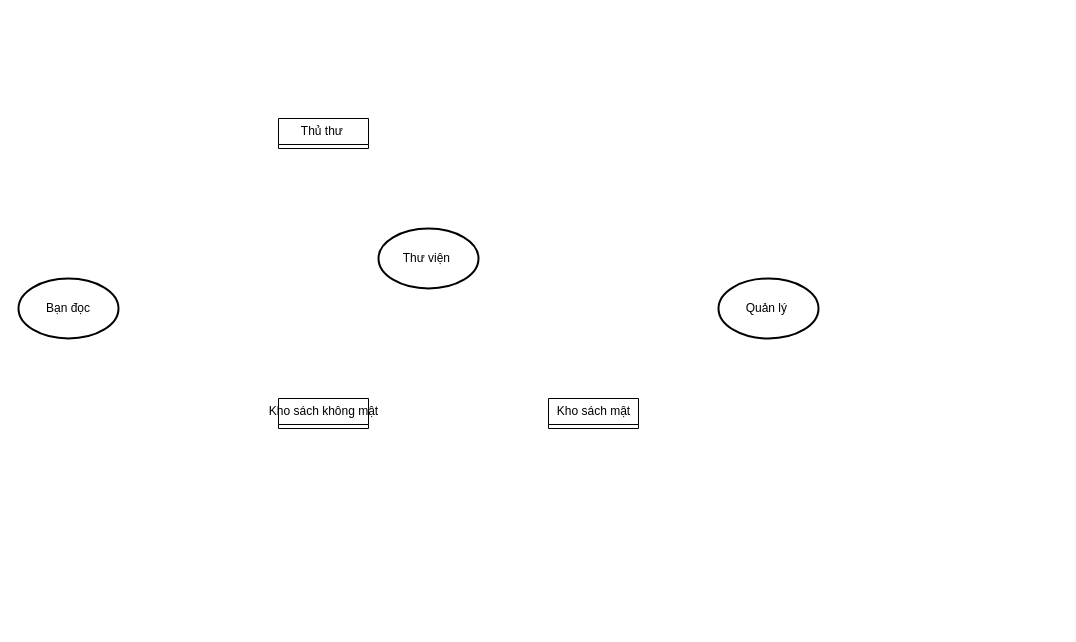
The draw.io diagram Diagram.drawio in vqh17062001/PTTKHT, before the edit. Source tidied: cells renumbered, new cells numbered last; positions are measured from the earlier drawing's top-left corner, leaving out a move shared by most shapes. Both pictures are drawn from the tidied source at 100%, with x=0, y=0 at pixel (18, 118).
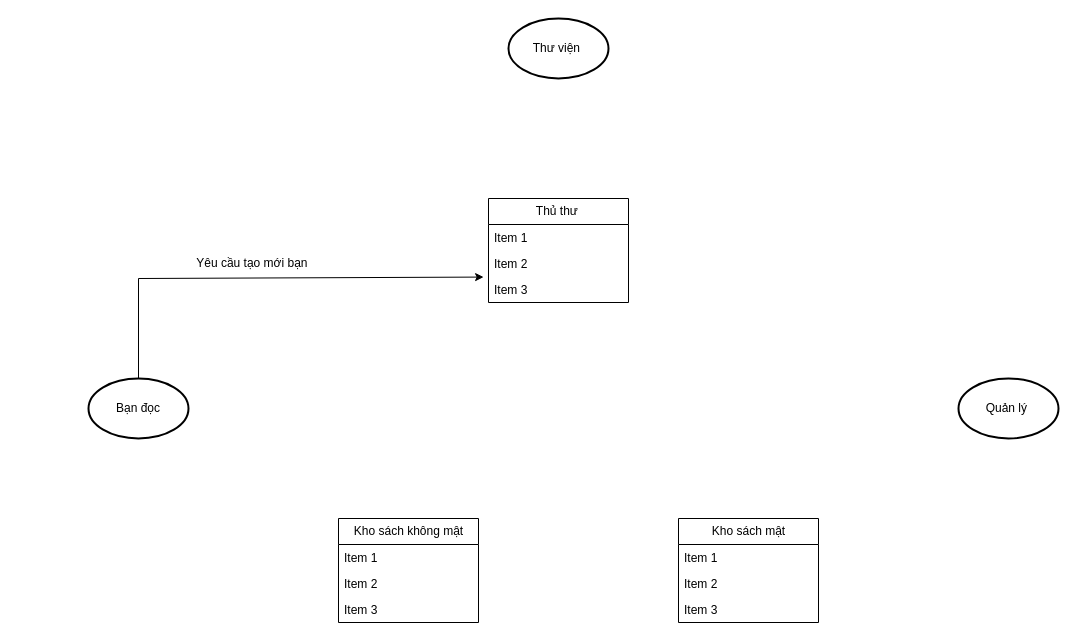
The same diagram, later.

What changed in the source:
```diff
@@
     <mxCell id="2" value="Thư viện&amp;nbsp;" style="strokeWidth=2;html=1;shape=mxgraph.flowchart.start_1;whiteSpace=wrap;" parent="1" vertex="1">
-      <mxGeometry x="360" y="110" width="100" height="60" as="geometry" />
+      <mxGeometry x="490" y="-100" width="100" height="60" as="geometry" />
     </mxCell>
     <mxCell id="3" value="Quản lý&amp;nbsp;" style="strokeWidth=2;html=1;shape=mxgraph.flowchart.start_1;whiteSpace=wrap;" parent="1" vertex="1">
-      <mxGeometry x="700" y="160" width="100" height="60" as="geometry" />
+      <mxGeometry x="940" y="260" width="100" height="60" as="geometry" />
     </mxCell>
     <mxCell id="4" value="Bạn đọc" style="strokeWidth=2;html=1;shape=mxgraph.flowchart.start_1;whiteSpace=wrap;" parent="1" vertex="1">
-      <mxGeometry y="160" width="100" height="60" as="geometry" />
+      <mxGeometry x="70" y="260" width="100" height="60" as="geometry" />
     </mxCell>
-    <mxCell id="5" value="Thủ thư&amp;nbsp;" style="swimlane;fontStyle=0;horizontal=1;startSize=26;fillColor=none;html=1;" parent="1" vertex="1" collapsed="1">
-      <mxGeometry x="260" width="90" height="30" as="geometry" />
+    <mxCell id="5" value="Thủ thư&amp;nbsp;" style="swimlane;fontStyle=0;horizontal=1;startSize=26;fillColor=none;html=1;" parent="1" vertex="1">
+      <mxGeometry x="470" y="80" width="140" height="104" as="geometry" />
     </mxCell>
+    <mxCell id="8" value="Item 1" style="text;strokeColor=none;fillColor=none;align=left;verticalAlign=top;spacingLeft=4;spacingRight=4;overflow=hidden;whiteSpace=wrap;html=1;" parent="5" vertex="1">
+      <mxGeometry y="26" width="140" height="26" as="geometry" />
+    </mxCell>
+    <mxCell id="9" value="Item 2" style="text;strokeColor=none;fillColor=none;align=left;verticalAlign=top;spacingLeft=4;spacingRight=4;overflow=hidden;whiteSpace=wrap;html=1;" parent="5" vertex="1">
+      <mxGeometry y="52" width="140" height="26" as="geometry" />
+    </mxCell>
+    <mxCell id="10" value="Item 3" style="text;strokeColor=none;fillColor=none;align=left;verticalAlign=top;spacingLeft=4;spacingRight=4;overflow=hidden;points=[[0,0.5],[1,0.5]];portConstraint=eastwest;whiteSpace=wrap;html=1;" parent="5" vertex="1">
+      <mxGeometry y="78" width="140" height="26" as="geometry" />
+    </mxCell>
-    <mxCell id="6" value="Kho sách không mật" style="swimlane;fontStyle=0;horizontal=1;startSize=26;fillColor=none;html=1;" parent="1" vertex="1" collapsed="1">
-      <mxGeometry x="260" y="280" width="90" height="30" as="geometry" />
+    <mxCell id="6" value="Kho sách không mật" style="swimlane;fontStyle=0;horizontal=1;startSize=26;fillColor=none;html=1;" parent="1" vertex="1">
+      <mxGeometry x="320" y="400" width="140" height="104" as="geometry" />
     </mxCell>
+    <mxCell id="11" value="Item 1" style="text;strokeColor=none;fillColor=none;align=left;verticalAlign=top;spacingLeft=4;spacingRight=4;overflow=hidden;whiteSpace=wrap;html=1;" parent="6" vertex="1">
+      <mxGeometry y="26" width="140" height="26" as="geometry" />
+    </mxCell>
+    <mxCell id="12" value="Item 2" style="text;strokeColor=none;fillColor=none;align=left;verticalAlign=top;spacingLeft=4;spacingRight=4;overflow=hidden;whiteSpace=wrap;html=1;" parent="6" vertex="1">
+      <mxGeometry y="52" width="140" height="26" as="geometry" />
+    </mxCell>
+    <mxCell id="13" value="Item 3" style="text;strokeColor=none;fillColor=none;align=left;verticalAlign=top;spacingLeft=4;spacingRight=4;overflow=hidden;whiteSpace=wrap;html=1;" parent="6" vertex="1">
+      <mxGeometry y="78" width="140" height="26" as="geometry" />
+    </mxCell>
-    <mxCell id="7" value="Kho sách mật" style="swimlane;fontStyle=0;horizontal=1;startSize=26;fillColor=none;html=1;" parent="1" vertex="1" collapsed="1">
-      <mxGeometry x="530" y="280" width="90" height="30" as="geometry" />
+    <mxCell id="7" value="Kho sách mật" style="swimlane;fontStyle=0;horizontal=1;startSize=26;fillColor=none;html=1;" parent="1" vertex="1">
+      <mxGeometry x="660" y="400" width="140" height="104" as="geometry" />
     </mxCell>
+    <mxCell id="14" value="Item 1" style="text;strokeColor=none;fillColor=none;align=left;verticalAlign=top;spacingLeft=4;spacingRight=4;overflow=hidden;whiteSpace=wrap;html=1;" parent="7" vertex="1">
+      <mxGeometry y="26" width="140" height="26" as="geometry" />
+    </mxCell>
+    <mxCell id="15" value="Item 2" style="text;strokeColor=none;fillColor=none;align=left;verticalAlign=top;spacingLeft=4;spacingRight=4;overflow=hidden;whiteSpace=wrap;html=1;" parent="7" vertex="1">
+      <mxGeometry y="52" width="140" height="26" as="geometry" />
+    </mxCell>
+    <mxCell id="16" value="Item 3" style="text;strokeColor=none;fillColor=none;align=left;verticalAlign=top;spacingLeft=4;spacingRight=4;overflow=hidden;whiteSpace=wrap;html=1;" parent="7" vertex="1">
+      <mxGeometry y="78" width="140" height="26" as="geometry" />
+    </mxCell>
+    <mxCell id="17" style="endArrow=classic;html=1;rounded=0;entryX=-0.035;entryY=0.022;entryDx=0;entryDy=0;entryPerimeter=0;" parent="1" edge="1" target="10">
+      <mxGeometry relative="1" as="geometry">
+        <mxPoint x="120" y="260" as="sourcePoint" />
+        <Array as="points">
+          <mxPoint x="120" y="160" />
+        </Array>
+      </mxGeometry>
+    </mxCell>
+    <mxCell id="18" value="Yêu cầu tạo mới bạn&amp;nbsp;" style="text;html=1;align=center;verticalAlign=middle;strokeColor=none;fillColor=none;" parent="1" vertex="1">
+      <mxGeometry x="165" y="130" width="140" height="30" as="geometry" />
+    </mxCell>
```
